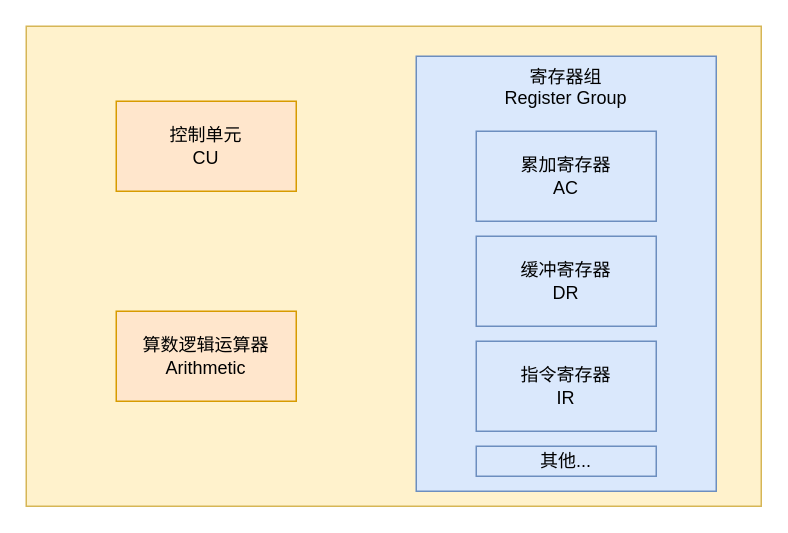
Above: 寄存器.drawio in ChengziMao/diagrams (draw.io), before the change. Source tidied: cells renumbered, new cells numbered last; positions are measured from the earlier drawing's top-left corner, leaving out a move shared by most shapes. Both pictures are drawn from the tidied source at 150%, with x=0, y=0 at pixel (26, 26).
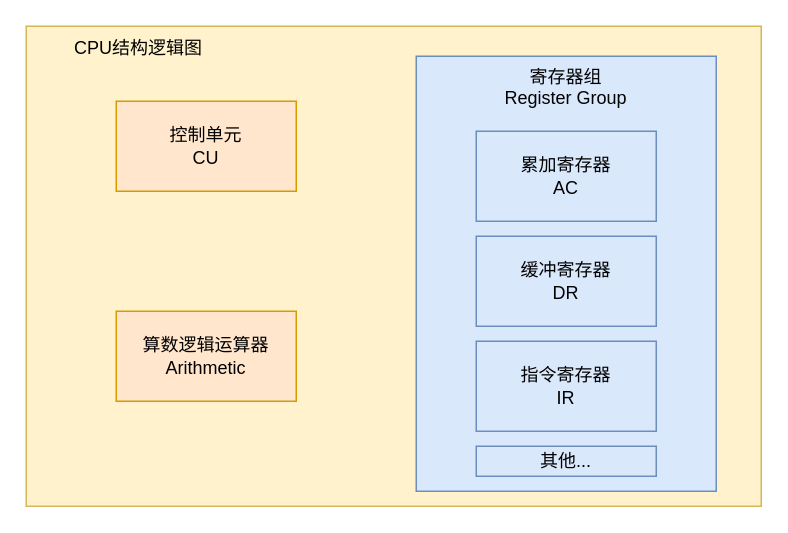
The same page after the edit.

Commit message (it also covers changes not shown here):
更新寄存器.drawio

What changed in the source:
```diff
@@
 <mxGraphModel>
   <root>
     <mxCell id="0" />
     <mxCell id="1" parent="0" />
     <mxCell id="2" style="whiteSpace=wrap;html=1;fillColor=#fff2cc;strokeColor=#d6b656;" parent="1" vertex="1">
       <mxGeometry width="490" height="320" as="geometry" />
     </mxCell>
     <mxCell id="3" value="控制单元&lt;br&gt;CU" style="rounded=0;whiteSpace=wrap;html=1;fillColor=#ffe6cc;strokeColor=#d79b00;" parent="1" vertex="1">
       <mxGeometry x="60" y="50" width="120" height="60" as="geometry" />
     </mxCell>
     <mxCell id="4" value="算数逻辑运算器&lt;div&gt;Arithmetic&lt;/div&gt;" style="rounded=0;whiteSpace=wrap;html=1;fillColor=#ffe6cc;strokeColor=#d79b00;" parent="1" vertex="1">
       <mxGeometry x="60" y="190" width="120" height="60" as="geometry" />
     </mxCell>
     <mxCell id="5" value="寄存器组&lt;div&gt;Register Group&lt;/div&gt;" style="rounded=0;whiteSpace=wrap;html=1;fillColor=#dae8fc;strokeColor=#6c8ebf;align=center;verticalAlign=top;" parent="1" vertex="1">
       <mxGeometry x="260" y="20" width="200" height="290" as="geometry" />
     </mxCell>
     <mxCell id="6" value="累加寄存器&lt;div&gt;AC&lt;/div&gt;" style="rounded=0;whiteSpace=wrap;html=1;fillColor=#dae8fc;strokeColor=#6c8ebf;" parent="1" vertex="1">
       <mxGeometry x="300" y="70" width="120" height="60" as="geometry" />
     </mxCell>
     <mxCell id="7" value="缓冲寄存器&lt;div&gt;DR&lt;/div&gt;" style="rounded=0;whiteSpace=wrap;html=1;fillColor=#dae8fc;strokeColor=#6c8ebf;" parent="1" vertex="1">
       <mxGeometry x="300" y="140" width="120" height="60" as="geometry" />
     </mxCell>
     <mxCell id="8" value="指令寄存器&lt;div&gt;IR&lt;/div&gt;" style="rounded=0;whiteSpace=wrap;html=1;fillColor=#dae8fc;strokeColor=#6c8ebf;" parent="1" vertex="1">
       <mxGeometry x="300" y="210" width="120" height="60" as="geometry" />
     </mxCell>
     <mxCell id="9" value="其他..." style="rounded=0;whiteSpace=wrap;html=1;fillColor=#dae8fc;strokeColor=#6c8ebf;" parent="1" vertex="1">
       <mxGeometry x="300" y="280" width="120" height="20" as="geometry" />
     </mxCell>
+    <mxCell id="10" value="CPU结构逻辑图" style="text;html=1;align=center;verticalAlign=middle;whiteSpace=wrap;rounded=0;" parent="1" vertex="1">
+      <mxGeometry x="10" width="130" height="30" as="geometry" />
+    </mxCell>
   </root>
 </mxGraphModel>
```
